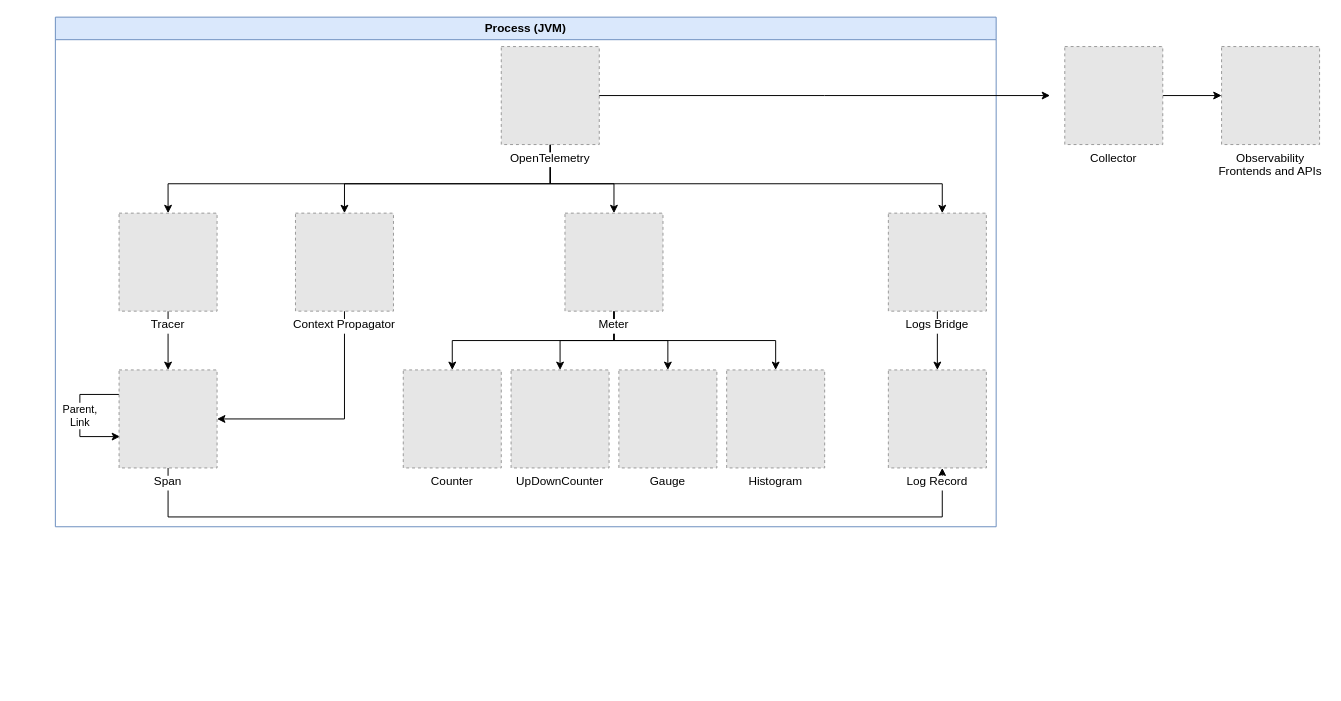
Earlier version of the draw.io diagram diagram.drawio (Nasdanika-Knowledge/open-telemetry). Source tidied: cells renumbered, new cells numbered last; positions are measured from the earlier drawing's top-left corner, leaving out a move shared by most shapes. Both pictures are drawn from the tidied source at 98%, with x=0, y=0 at pixel (55, 17). Pictures stored in the file or linked from it are replaced by grey dashed boxes.
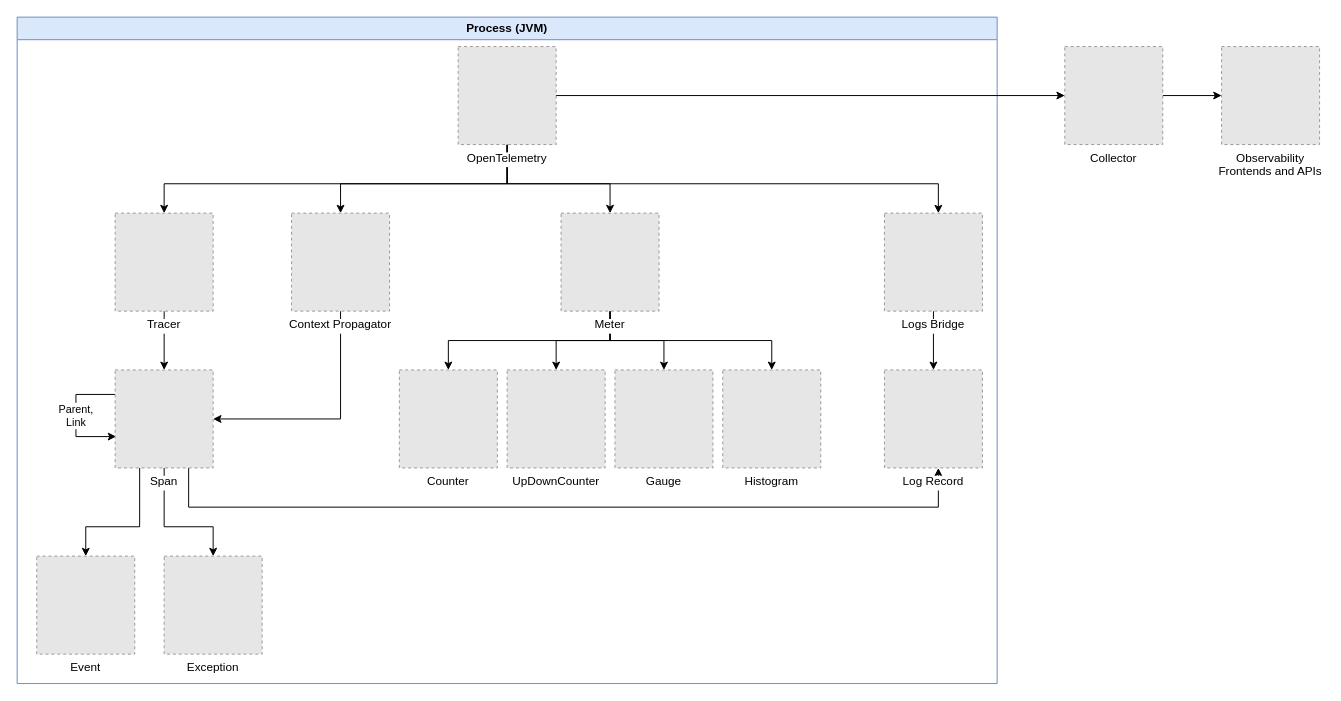
After the change.

The change refers to these unchanged cells:
```xml
<mxCell id="28" value="Collector" style="fillColor=#E6E6E6;strokeColor=#999999;dashed=1;verticalLabelPosition=bottom;labelBackgroundColor=default;verticalAlign=top;" parent="1" vertex="1">
  <mxGeometry x="1030" y="30" width="100" height="100" as="geometry" />
</mxCell>
```

Change to the diagram source:
```diff
@@
     <mxCell id="2" value="Process (JVM)" style="swimlane;whiteSpace=wrap;html=1;fillColor=#dae8fc;strokeColor=#6c8ebf;" parent="1" vertex="1">
-      <mxGeometry width="960" height="520" as="geometry" />
+      <mxGeometry x="-39" width="1000" height="680" as="geometry" />
     </mxCell>
     <mxCell id="3" style="edgeStyle=orthogonalEdgeStyle;rounded=0;jettySize=auto;html=1;" parent="2" edge="1" source="7" target="17">
       <mxGeometry relative="1" as="geometry">
         <Array as="points">
-          <mxPoint x="505" y="170" />
-          <mxPoint x="570" y="170" />
+          <mxPoint x="500" y="170" />
+          <mxPoint x="605" y="170" />
         </Array>
       </mxGeometry>
     </mxCell>
     <mxCell id="4" style="edgeStyle=orthogonalEdgeStyle;rounded=0;jettySize=auto;html=1;" parent="2" edge="1" source="7" target="9">
       <mxGeometry relative="1" as="geometry">
         <Array as="points">
-          <mxPoint x="505" y="170" />
-          <mxPoint x="115" y="170" />
+          <mxPoint x="500" y="170" />
+          <mxPoint x="150" y="170" />
         </Array>
       </mxGeometry>
     </mxCell>
     <mxCell id="5" style="edgeStyle=orthogonalEdgeStyle;rounded=0;jettySize=auto;html=1;" parent="2" edge="1" source="7" target="23">
       <mxGeometry relative="1" as="geometry">
         <Array as="points">
-          <mxPoint x="505" y="170" />
-          <mxPoint x="905" y="170" />
+          <mxPoint x="500" y="170" />
+          <mxPoint x="940" y="170" />
         </Array>
       </mxGeometry>
     </mxCell>
     <mxCell id="6" style="edgeStyle=orthogonalEdgeStyle;rounded=0;jettySize=auto;html=1;" parent="2" edge="1" source="7" target="26">
       <mxGeometry relative="1" as="geometry">
         <Array as="points">
-          <mxPoint x="505" y="170" />
-          <mxPoint x="295" y="170" />
+          <mxPoint x="500" y="170" />
+          <mxPoint x="330" y="170" />
         </Array>
       </mxGeometry>
     </mxCell>
     <mxCell id="7" value="OpenTelemetry" style="fillColor=#E6E6E6;strokeColor=#999999;dashed=1;verticalLabelPosition=bottom;labelBackgroundColor=default;verticalAlign=top;" parent="2" vertex="1">
-      <mxGeometry x="455" y="30" width="100" height="100" as="geometry" />
+      <mxGeometry x="450" y="30" width="100" height="100" as="geometry" />
     </mxCell>
@@
     <mxCell id="9" value="Tracer" style="fillColor=#E6E6E6;strokeColor=#999999;dashed=1;verticalLabelPosition=bottom;labelBackgroundColor=default;verticalAlign=top;" parent="2" vertex="1">
-      <mxGeometry x="65" y="200" width="100" height="100" as="geometry" />
+      <mxGeometry x="100" y="200" width="100" height="100" as="geometry" />
     </mxCell>
-    <mxCell id="10" style="edgeStyle=orthogonalEdgeStyle;rounded=0;jettySize=auto;html=1;" parent="2" edge="1" source="12" target="24">
+    <mxCell id="10" style="edgeStyle=orthogonalEdgeStyle;rounded=0;jettySize=auto;html=1;exitX=0.75;exitY=1;exitDx=0;exitDy=0;" parent="2" edge="1" source="12" target="24">
       <mxGeometry relative="1" as="geometry">
         <Array as="points">
-          <mxPoint x="115" y="510" />
-          <mxPoint x="905" y="510" />
+          <mxPoint x="175" y="500" />
+          <mxPoint x="940" y="500" />
         </Array>
       </mxGeometry>
     </mxCell>
     <mxCell id="11" value="Parent,&lt;div&gt;Link&lt;/div&gt;" style="edgeStyle=orthogonalEdgeStyle;rounded=0;orthogonalLoop=1;jettySize=auto;html=1;exitX=0;exitY=0.25;exitDx=0;exitDy=0;entryX=0.01;entryY=0.68;entryDx=0;entryDy=0;entryPerimeter=0;" parent="2" edge="1" source="12" target="12">
       <mxGeometry relative="1" as="geometry">
         <Array as="points">
-          <mxPoint x="25" y="385" />
-          <mxPoint x="25" y="428" />
+          <mxPoint x="60" y="385" />
+          <mxPoint x="60" y="428" />
         </Array>
       </mxGeometry>
     </mxCell>
+    <mxCell id="31" style="edgeStyle=orthogonalEdgeStyle;rounded=0;jettySize=auto;html=1;" parent="2" edge="1" source="12" target="34">
+      <mxGeometry relative="1" as="geometry">
+        <Array as="points">
+          <mxPoint x="150" y="520" />
+          <mxPoint x="200" y="520" />
+        </Array>
+      </mxGeometry>
+    </mxCell>
+    <mxCell id="32" style="edgeStyle=orthogonalEdgeStyle;rounded=0;jettySize=auto;html=1;exitX=0.25;exitY=1;exitDx=0;exitDy=0;" parent="2" edge="1" source="12" target="33">
+      <mxGeometry relative="1" as="geometry">
+        <Array as="points">
+          <mxPoint x="125" y="520" />
+          <mxPoint x="70" y="520" />
+        </Array>
+      </mxGeometry>
+    </mxCell>
     <mxCell id="12" value="Span" style="fillColor=#E6E6E6;strokeColor=#999999;dashed=1;verticalLabelPosition=bottom;labelBackgroundColor=default;verticalAlign=top;" parent="2" vertex="1">
-      <mxGeometry x="65" y="360" width="100" height="100" as="geometry" />
+      <mxGeometry x="100" y="360" width="100" height="100" as="geometry" />
     </mxCell>
     <mxCell id="13" style="edgeStyle=orthogonalEdgeStyle;rounded=0;jettySize=auto;html=1;" parent="2" edge="1" source="17" target="18">
       <mxGeometry relative="1" as="geometry">
         <Array as="points">
-          <mxPoint x="570" y="330" />
-          <mxPoint x="405" y="330" />
+          <mxPoint x="605" y="330" />
+          <mxPoint x="440" y="330" />
         </Array>
       </mxGeometry>
     </mxCell>
@@
     <mxCell id="16" style="edgeStyle=orthogonalEdgeStyle;rounded=0;jettySize=auto;html=1;" parent="2" edge="1" source="17" target="21">
       <mxGeometry relative="1" as="geometry">
         <Array as="points">
-          <mxPoint x="570" y="330" />
-          <mxPoint x="735" y="330" />
+          <mxPoint x="605" y="330" />
+          <mxPoint x="770" y="330" />
         </Array>
       </mxGeometry>
     </mxCell>
     <mxCell id="17" value="Meter" style="fillColor=#E6E6E6;strokeColor=#999999;dashed=1;verticalLabelPosition=bottom;labelBackgroundColor=default;verticalAlign=top;" parent="2" vertex="1">
-      <mxGeometry x="520" y="200" width="100" height="100" as="geometry" />
+      <mxGeometry x="555" y="200" width="100" height="100" as="geometry" />
     </mxCell>
     <mxCell id="18" value="Counter" style="fillColor=#E6E6E6;strokeColor=#999999;dashed=1;verticalLabelPosition=bottom;labelBackgroundColor=default;verticalAlign=top;" parent="2" vertex="1">
-      <mxGeometry x="355" y="360" width="100" height="100" as="geometry" />
+      <mxGeometry x="390" y="360" width="100" height="100" as="geometry" />
     </mxCell>
     <mxCell id="19" value="UpDownCounter" style="fillColor=#E6E6E6;strokeColor=#999999;dashed=1;verticalLabelPosition=bottom;labelBackgroundColor=default;verticalAlign=top;" parent="2" vertex="1">
-      <mxGeometry x="465" y="360" width="100" height="100" as="geometry" />
+      <mxGeometry x="500" y="360" width="100" height="100" as="geometry" />
     </mxCell>
     <mxCell id="20" value="Gauge" style="fillColor=#E6E6E6;strokeColor=#999999;dashed=1;verticalLabelPosition=bottom;labelBackgroundColor=default;verticalAlign=top;" parent="2" vertex="1">
-      <mxGeometry x="575" y="360" width="100" height="100" as="geometry" />
+      <mxGeometry x="610" y="360" width="100" height="100" as="geometry" />
     </mxCell>
     <mxCell id="21" value="Histogram" style="fillColor=#E6E6E6;strokeColor=#999999;dashed=1;verticalLabelPosition=bottom;labelBackgroundColor=default;verticalAlign=top;" parent="2" vertex="1">
-      <mxGeometry x="685" y="360" width="100" height="100" as="geometry" />
+      <mxGeometry x="720" y="360" width="100" height="100" as="geometry" />
     </mxCell>
@@
     <mxCell id="23" value="Logs Bridge" style="fillColor=#E6E6E6;strokeColor=#999999;dashed=1;verticalLabelPosition=bottom;labelBackgroundColor=default;verticalAlign=top;" parent="2" vertex="1">
-      <mxGeometry x="850" y="200" width="100" height="100" as="geometry" />
+      <mxGeometry x="885" y="200" width="100" height="100" as="geometry" />
     </mxCell>
     <mxCell id="24" value="Log Record" style="fillColor=#E6E6E6;strokeColor=#999999;dashed=1;verticalLabelPosition=bottom;labelBackgroundColor=default;verticalAlign=top;" parent="2" vertex="1">
-      <mxGeometry x="850" y="360" width="100" height="100" as="geometry" />
+      <mxGeometry x="885" y="360" width="100" height="100" as="geometry" />
     </mxCell>
     <mxCell id="25" style="edgeStyle=orthogonalEdgeStyle;rounded=0;jettySize=auto;html=1;" parent="2" edge="1" source="26" target="12">
       <mxGeometry relative="1" as="geometry">
         <Array as="points">
-          <mxPoint x="295" y="410" />
+          <mxPoint x="330" y="410" />
         </Array>
       </mxGeometry>
     </mxCell>
     <mxCell id="26" value="Context Propagator" style="fillColor=#E6E6E6;strokeColor=#999999;dashed=1;verticalLabelPosition=bottom;labelBackgroundColor=default;verticalAlign=top;" parent="2" vertex="1">
-      <mxGeometry x="245" y="200" width="100" height="100" as="geometry" />
+      <mxGeometry x="280" y="200" width="100" height="100" as="geometry" />
     </mxCell>
+    <mxCell id="33" value="Event" style="fillColor=#E6E6E6;strokeColor=#999999;dashed=1;verticalLabelPosition=bottom;labelBackgroundColor=default;verticalAlign=top;" parent="2" vertex="1">
+      <mxGeometry x="20" y="550" width="100" height="100" as="geometry" />
+    </mxCell>
+    <mxCell id="34" value="Exception" style="fillColor=#E6E6E6;strokeColor=#999999;dashed=1;verticalLabelPosition=bottom;labelBackgroundColor=default;verticalAlign=top;" parent="2" vertex="1">
+      <mxGeometry x="150" y="550" width="100" height="100" as="geometry" />
+    </mxCell>
@@
-    <mxCell id="30" style="edgeStyle=orthogonalEdgeStyle;rounded=0;jettySize=auto;html=1;" parent="1" edge="1" source="7">
-      <mxGeometry relative="1" as="geometry">
-        <mxPoint x="1015" y="80" as="targetPoint" />
-      </mxGeometry>
+    <mxCell id="30" style="edgeStyle=orthogonalEdgeStyle;rounded=0;jettySize=auto;html=1;" parent="1" edge="1" source="7" target="28">
+      <mxGeometry relative="1" as="geometry" />
     </mxCell>
```
